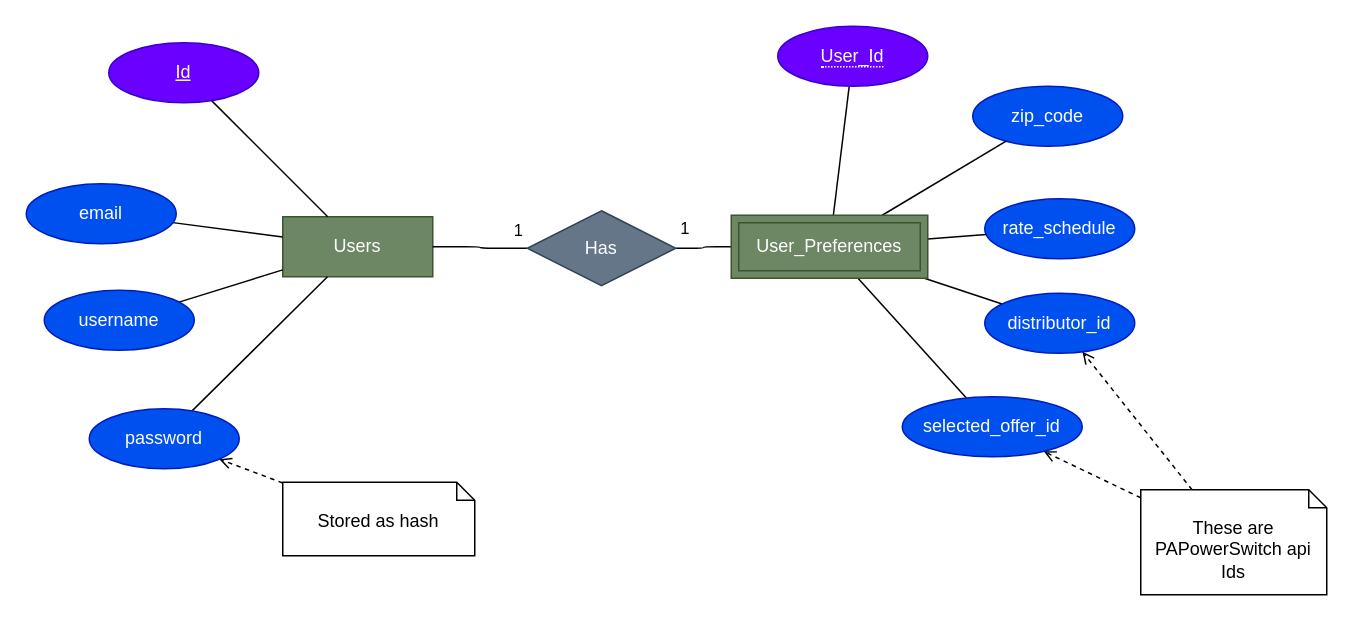
PSUCapstone2023-Group1/Clean-Energy-PA keeps this draw.io diagram as page "ER_Diagram_v2" (2 of 2) of documentation/database.drawio. Above is the earlier version. Source tidied: cells renumbered, new cells numbered last; positions are measured from the earlier drawing's top-left corner, leaving out a move shared by most shapes. Both pictures are drawn from the tidied source at 150%, with x=0, y=0 at pixel (26, 26).
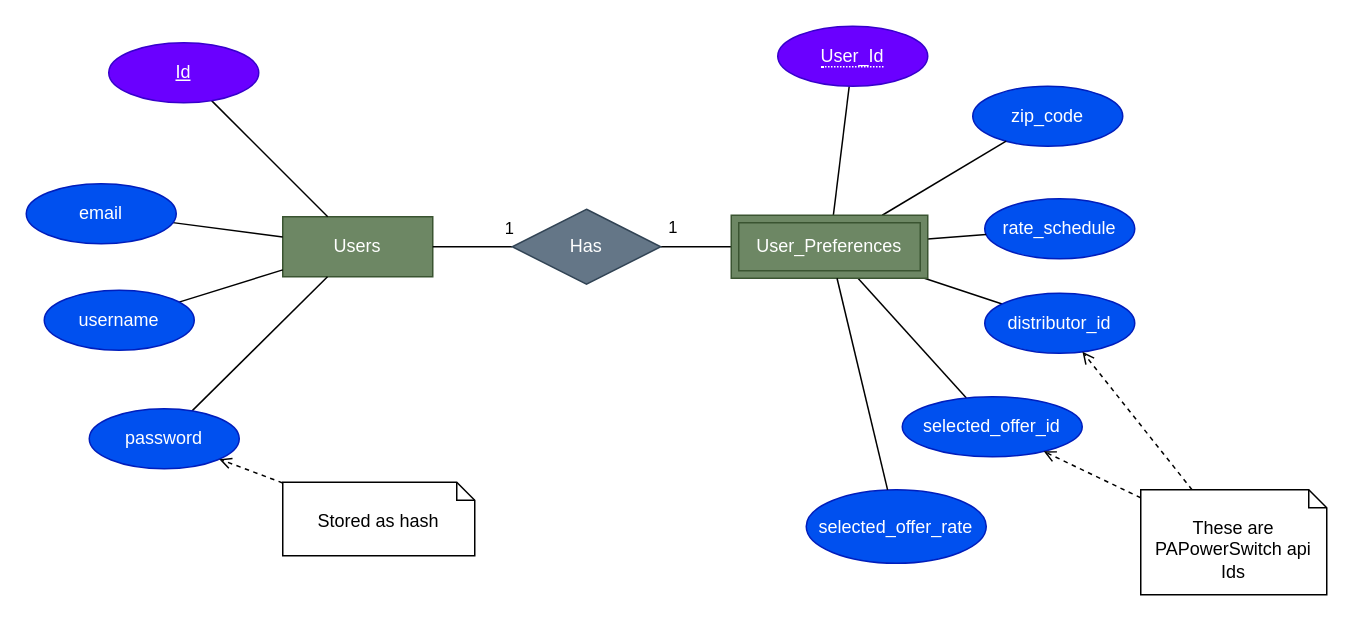
The same diagram, later.

The change refers to these unchanged cells:
```xml
<mxCell id="30" value="User_Preferences" style="shape=ext;margin=3;double=1;whiteSpace=wrap;html=1;align=center;fillColor=#6d8764;strokeColor=#3A5431;fontColor=#ffffff;" parent="1" vertex="1">
  <mxGeometry x="470" y="126" width="131" height="42" as="geometry" />
</mxCell>
```

What changed in the source:
```diff
@@
     <mxCell id="22" value="Has" style="shape=rhombus;perimeter=rhombusPerimeter;whiteSpace=wrap;html=1;align=center;fillColor=#647687;fontColor=#ffffff;strokeColor=#314354;" parent="1" vertex="1">
-      <mxGeometry x="334" y="123" width="99" height="50" as="geometry" />
+      <mxGeometry x="324" y="122" width="99" height="50" as="geometry" />
     </mxCell>
@@
+    <mxCell id="32" value="selected_offer_rate" style="ellipse;whiteSpace=wrap;html=1;align=center;fillColor=#0050ef;fontColor=#ffffff;strokeColor=#001DBC;" parent="1" vertex="1">
+      <mxGeometry x="520" y="309" width="120" height="49" as="geometry" />
+    </mxCell>
+    <mxCell id="33" style="edgeStyle=none;html=1;endArrow=none;endFill=0;" parent="1" edge="1" source="30" target="32">
+      <mxGeometry relative="1" as="geometry" />
+    </mxCell>
```
